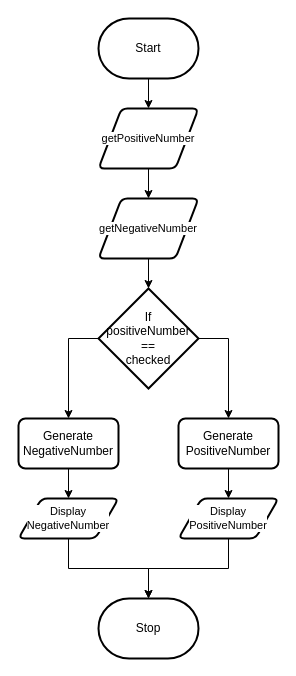
Before: design/flowchart.drawio in MTHS-ICD2O-1-2024/ICD2O-Unit-5-02-peter-zerbinos, a draw.io diagram. Source tidied: cells renumbered, new cells numbered last; positions are measured from the earlier drawing's top-left corner, leaving out a move shared by most shapes. Both pictures are drawn from the tidied source at 100%, with x=0, y=0 at pixel (18, 18).
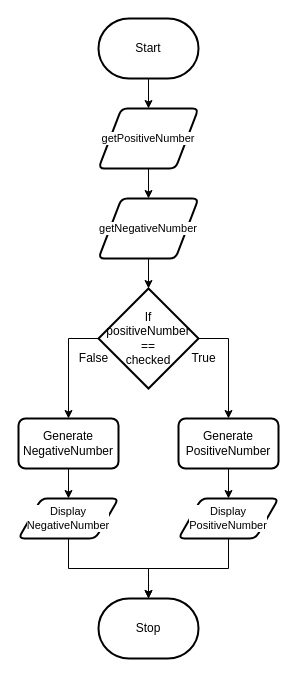
The same diagram, later.

What changed in the source:
```diff
@@
+    <mxCell id="20" value="True" style="text;html=1;align=center;verticalAlign=middle;strokeColor=none;fillColor=none;" parent="1" vertex="1">
+      <mxGeometry x="160" y="325" width="50" height="30" as="geometry" />
+    </mxCell>
+    <mxCell id="21" value="False" style="text;html=1;align=center;verticalAlign=middle;strokeColor=none;fillColor=none;" parent="1" vertex="1">
+      <mxGeometry x="50" y="325" width="50" height="30" as="geometry" />
+    </mxCell>
```
